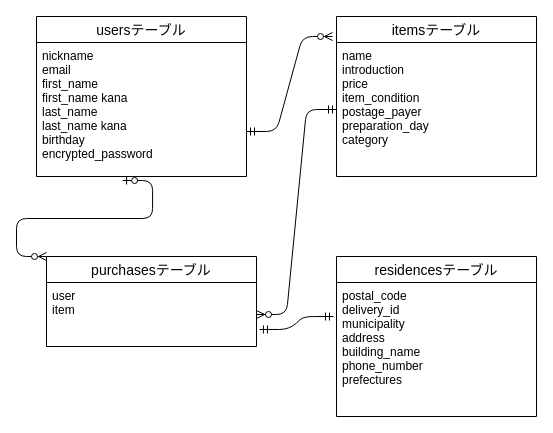
Earlier version of the draw.io diagram test.dio (taka0126ito/furima-36424). Source tidied: cells renumbered, new cells numbered last; positions are measured from the earlier drawing's top-left corner, leaving out a move shared by most shapes. Both pictures are drawn from the tidied source at 100%, with x=0, y=0 at pixel (36, 16).
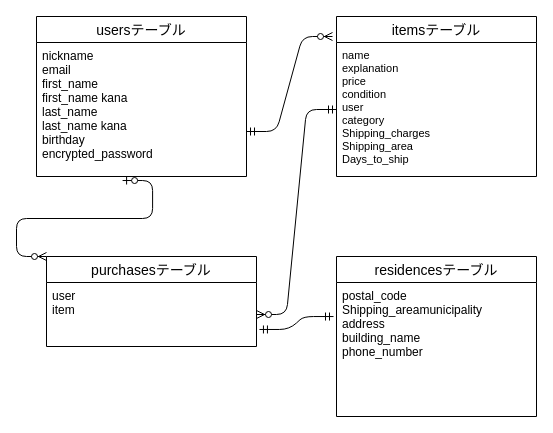
Above is the later version.

Diff of the diagram source:
```diff
@@
 <mxGraphModel>
   <root>
     <mxCell id="0" />
     <mxCell id="1" parent="0" />
     <mxCell id="2" value="usersテーブル" style="swimlane;fontStyle=0;horizontal=1;startSize=26;align=center;fontSize=14;" parent="1" vertex="1">
       <mxGeometry width="210" height="160" as="geometry" />
     </mxCell>
     <mxCell id="3" value="nickname&#10;email &#10;first_name&#10;first_name kana&#10;last_name&#10;last_name kana&#10;birthday&#10;encrypted_password&#10;&#10;&#10;" style="text;strokeColor=none;fillColor=none;spacingLeft=4;spacingRight=4;overflow=hidden;points=[[0,0.5],[1,0.5]];portConstraint=eastwest;fontSize=12;" parent="2" vertex="1">
       <mxGeometry y="26" width="210" height="134" as="geometry" />
     </mxCell>
     <mxCell id="4" value="purchasesテーブル" style="swimlane;fontStyle=0;horizontal=1;startSize=26;align=center;fontSize=14;" parent="1" vertex="1">
       <mxGeometry x="10" y="240" width="210" height="90" as="geometry" />
     </mxCell>
     <mxCell id="5" value="user&#10;item&#10;" style="text;strokeColor=none;fillColor=none;spacingLeft=4;spacingRight=4;overflow=hidden;points=[[0,0.5],[1,0.5]];portConstraint=eastwest;fontSize=12;" parent="4" vertex="1">
       <mxGeometry y="26" width="210" height="64" as="geometry" />
     </mxCell>
     <mxCell id="6" value="itemsテーブル" style="swimlane;fontStyle=0;horizontal=1;startSize=26;align=center;fontSize=14;" parent="1" vertex="1">
       <mxGeometry x="300" width="200" height="160" as="geometry" />
     </mxCell>
-    <mxCell id="7" value="name&#10;introduction&#10;price&#10;item_condition&#10;postage_payer&#10;preparation_day&#10;category&#10;" style="text;strokeColor=none;fillColor=none;spacingLeft=4;spacingRight=4;overflow=hidden;points=[[0,0.5],[1,0.5]];portConstraint=eastwest;fontSize=12;" parent="6" vertex="1">
+    <mxCell id="7" value="name&#10;explanation &#10;price&#10;condition&#10;user&#10;category&#10;Shipping_charges &#10;Shipping_area&#10;Days_to_ship&#10;" style="text;strokeColor=none;fillColor=none;spacingLeft=4;spacingRight=4;overflow=hidden;points=[[0,0.5],[1,0.5]];portConstraint=eastwest;fontSize=11;" parent="6" vertex="1">
       <mxGeometry y="26" width="200" height="134" as="geometry" />
     </mxCell>
     <mxCell id="8" value="residencesテーブル" style="swimlane;fontStyle=0;horizontal=1;startSize=26;align=center;fontSize=14;" parent="1" vertex="1">
       <mxGeometry x="300" y="240" width="200" height="160" as="geometry" />
     </mxCell>
-    <mxCell id="9" value="postal_code&#10;delivery_id &#10;municipality &#10;address &#10;building_name &#10;phone_number &#10;prefectures &#10;" style="text;strokeColor=none;fillColor=none;spacingLeft=4;spacingRight=4;overflow=hidden;points=[[0,0.5],[1,0.5]];portConstraint=eastwest;fontSize=12;" parent="8" vertex="1">
+    <mxCell id="9" value="postal_code&#10;Shipping_areamunicipality &#10;address &#10;building_name &#10;phone_number &#10; &#10;" style="text;strokeColor=none;fillColor=none;spacingLeft=4;spacingRight=4;overflow=hidden;points=[[0,0.5],[1,0.5]];portConstraint=eastwest;fontSize=12;" parent="8" vertex="1">
       <mxGeometry y="26" width="200" height="134" as="geometry" />
     </mxCell>
     <mxCell id="10" style="edgeStyle=entityRelationEdgeStyle;fontSize=12;html=1;endArrow=ERzeroToMany;startArrow=ERmandOne;" parent="1" edge="1">
       <mxGeometry relative="1" as="geometry">
         <mxPoint x="210" y="115" as="sourcePoint" />
         <mxPoint x="296" y="20" as="targetPoint" />
       </mxGeometry>
     </mxCell>
     <mxCell id="11" style="edgeStyle=entityRelationEdgeStyle;fontSize=12;html=1;endArrow=ERzeroToMany;startArrow=ERzeroToOne;exitX=0.41;exitY=1.03;exitDx=0;exitDy=0;exitPerimeter=0;" parent="1" edge="1" source="3">
       <mxGeometry relative="1" as="geometry">
         <mxPoint x="10" y="240" as="targetPoint" />
       </mxGeometry>
     </mxCell>
     <mxCell id="12" style="edgeStyle=entityRelationEdgeStyle;fontSize=12;html=1;endArrow=ERzeroToMany;startArrow=ERmandOne;" parent="1" edge="1" source="7" target="5">
       <mxGeometry relative="1" as="geometry" />
     </mxCell>
     <mxCell id="13" style="edgeStyle=entityRelationEdgeStyle;fontSize=12;html=1;endArrow=ERmandOne;startArrow=ERmandOne;entryX=-0.015;entryY=0.254;entryDx=0;entryDy=0;entryPerimeter=0;exitX=1.014;exitY=0.734;exitDx=0;exitDy=0;exitPerimeter=0;" parent="1" edge="1" source="5" target="9">
       <mxGeometry relative="1" as="geometry" />
     </mxCell>
   </root>
 </mxGraphModel>
```
